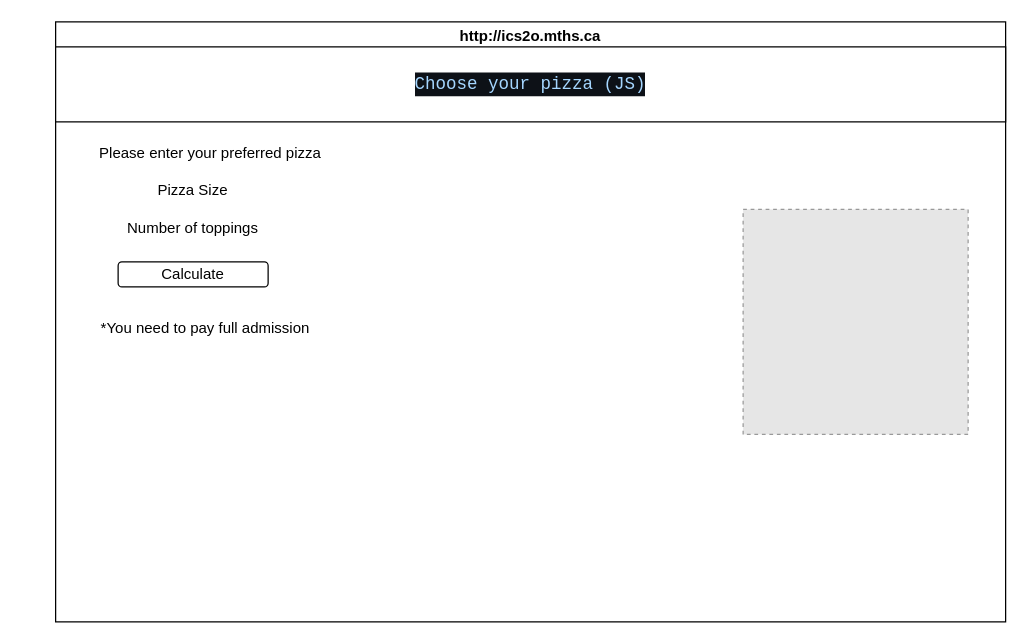
Before: design/storyboard.drawio in MTHS-ICD2O-1-2023/ICD2O-Assignment-04-Gabriel-Zanardi, a draw.io diagram. Source tidied: cells renumbered, new cells numbered last; positions are measured from the earlier drawing's top-left corner, leaving out a move shared by most shapes. Both pictures are drawn from the tidied source at 125%, with x=0, y=0 at pixel (55, 21). Pictures stored in the file or linked from it are replaced by grey dashed boxes.
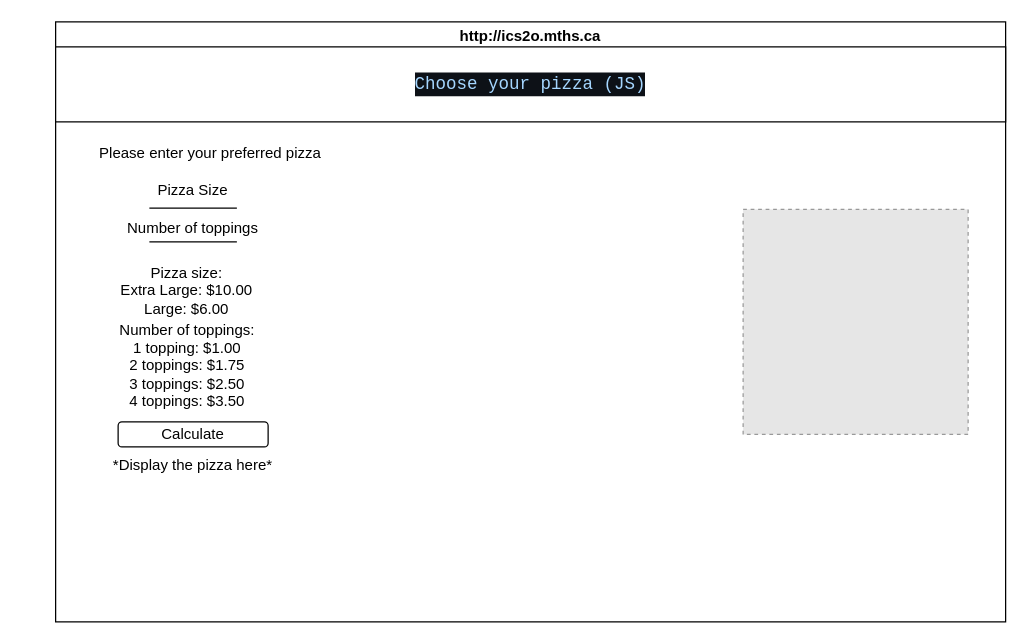
After the change.

Commit message (it also covers changes not shown here):
now updated storyboard and included prices

What changed in the source:
```diff
@@
 <mxGraphModel>
   <root>
     <mxCell id="0" />
     <mxCell id="1" parent="0" />
     <mxCell id="2" value="http://ics2o.mths.ca" style="swimlane;whiteSpace=wrap;html=1;" parent="1" vertex="1">
       <mxGeometry width="760" height="480" as="geometry" />
     </mxCell>
     <mxCell id="3" value="&lt;div style=&quot;color: rgb(230, 237, 243); background-color: rgb(13, 17, 23); font-family: Consolas, &amp;quot;Courier New&amp;quot;, monospace; font-size: 14px; line-height: 19px;&quot;&gt;&lt;span style=&quot;color: #a5d6ff;&quot;&gt;Choose your pizza (JS)&lt;/span&gt;&lt;/div&gt;" style="rounded=0;whiteSpace=wrap;html=1;" parent="2" vertex="1">
       <mxGeometry y="20" width="760" height="60" as="geometry" />
     </mxCell>
     <mxCell id="4" value="Pizza Size" style="text;html=1;strokeColor=none;fillColor=none;align=center;verticalAlign=middle;whiteSpace=wrap;rounded=0;" parent="2" vertex="1">
       <mxGeometry x="20" y="120" width="180" height="30" as="geometry" />
     </mxCell>
     <mxCell id="5" value="Number of toppings" style="text;html=1;strokeColor=none;fillColor=none;align=center;verticalAlign=middle;whiteSpace=wrap;rounded=0;" parent="2" vertex="1">
       <mxGeometry x="20" y="150" width="180" height="30" as="geometry" />
     </mxCell>
-    <mxCell id="6" value="*You need to pay full admission" style="text;html=1;strokeColor=none;fillColor=none;align=center;verticalAlign=middle;whiteSpace=wrap;rounded=0;" parent="2" vertex="1">
-      <mxGeometry x="20" y="230" width="200" height="30" as="geometry" />
+    <mxCell id="6" value="*Display the pizza here*" style="text;html=1;strokeColor=none;fillColor=none;align=center;verticalAlign=middle;whiteSpace=wrap;rounded=0;" parent="2" vertex="1">
+      <mxGeometry x="10" y="340" width="200" height="30" as="geometry" />
     </mxCell>
     <mxCell id="7" style="fillColor=#E6E6E6;strokeColor=#999999;dashed=1;verticalLabelPosition=bottom;labelBackgroundColor=default;verticalAlign=top;" parent="2" vertex="1">
       <mxGeometry x="550" y="150" width="180" height="180" as="geometry" />
     </mxCell>
     <mxCell id="8" value="Please enter your preferred pizza" style="text;html=1;strokeColor=none;fillColor=none;align=center;verticalAlign=middle;whiteSpace=wrap;rounded=0;" parent="2" vertex="1">
       <mxGeometry x="14" y="90" width="220" height="30" as="geometry" />
     </mxCell>
     <mxCell id="9" value="Calculate" style="rounded=1;whiteSpace=wrap;html=1;" parent="2" vertex="1">
-      <mxGeometry x="50" y="192" width="120" height="20" as="geometry" />
+      <mxGeometry x="50" y="320" width="120" height="20" as="geometry" />
     </mxCell>
+    <mxCell id="10" style="endArrow=none;html=1;" parent="2" edge="1">
+      <mxGeometry relative="1" as="geometry">
+        <mxPoint x="75" y="149" as="sourcePoint" />
+        <mxPoint x="145" y="149" as="targetPoint" />
+      </mxGeometry>
+    </mxCell>
+    <mxCell id="11" value="Pizza size:&lt;br&gt;Extra Large: $10.00&lt;br&gt;Large: $6.00" style="text;html=1;strokeColor=none;fillColor=none;align=center;verticalAlign=middle;whiteSpace=wrap;rounded=0;" parent="2" vertex="1">
+      <mxGeometry x="30" y="200" width="150" height="30" as="geometry" />
+    </mxCell>
+    <mxCell id="12" value="Number of toppings:&lt;br&gt;1 topping: $1.00&lt;br&gt;2 toppings: $1.75&lt;br&gt;3 toppings: $2.50&lt;br&gt;4 toppings: $3.50" style="text;html=1;strokeColor=none;fillColor=none;align=center;verticalAlign=middle;whiteSpace=wrap;rounded=0;" parent="2" vertex="1">
+      <mxGeometry x="-27.5" y="260" width="265" height="30" as="geometry" />
+    </mxCell>
+    <mxCell id="13" style="endArrow=none;html=1;" parent="1" edge="1">
+      <mxGeometry relative="1" as="geometry">
+        <mxPoint x="75" y="176" as="sourcePoint" />
+        <mxPoint x="145" y="176" as="targetPoint" />
+      </mxGeometry>
+    </mxCell>
   </root>
 </mxGraphModel>
```
